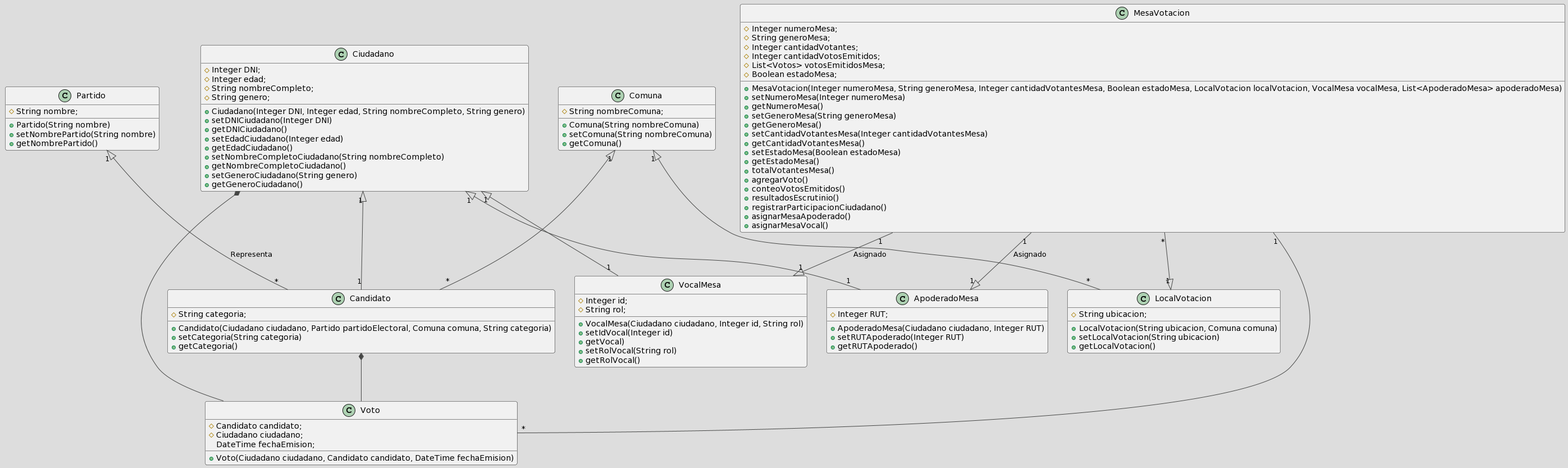
The PlantUML diagram build/classes/co.edu.ude.poo.procesospoliticos.vistas.iconos/DIAGRAMA-CLASE-UML.png in akamilow/ProcesosPoliticos, before a commit. Source of this version:
```plantuml
@startuml
!theme toy

skin rose

class Partido {
  #String nombre;
}

Partido : +Partido(String nombre)
Partido : +setNombrePartido(String nombre)
Partido : +getNombrePartido()

class Candidato {
  #String categoria;
}

Candidato : +Candidato(Ciudadano ciudadano, Partido partidoElectoral, Comuna comuna, String categoria)
Candidato : +setCategoria(String categoria)
Candidato : +getCategoria()


class Ciudadano {
  #Integer DNI;
  #Integer edad;
  #String nombreCompleto;
  #String genero;
}

Ciudadano : +Ciudadano(Integer DNI, Integer edad, String nombreCompleto, String genero)
Ciudadano : +setDNICiudadano(Integer DNI)
Ciudadano : +getDNICiudadano()
Ciudadano : +setEdadCiudadano(Integer edad)
Ciudadano : +getEdadCiudadano()
Ciudadano : +setNombreCompletoCiudadano(String nombreCompleto)
Ciudadano : +getNombreCompletoCiudadano()
Ciudadano : +setGeneroCiudadano(String genero)
Ciudadano : +getGeneroCiudadano()

class MesaVotacion {
  #Integer numeroMesa;
  #String generoMesa;
  #Integer cantidadVotantes;
  #Integer cantidadVotosEmitidos;
  #List<Votos> votosEmitidosMesa;
  #Boolean estadoMesa;
}

MesaVotacion : +MesaVotacion(Integer numeroMesa, String generoMesa, Integer cantidadVotantesMesa, Boolean estadoMesa, LocalVotacion localVotacion, VocalMesa vocalMesa, List<ApoderadoMesa> apoderadoMesa)
MesaVotacion : +setNumeroMesa(Integer numeroMesa)
MesaVotacion : +getNumeroMesa()
MesaVotacion : +setGeneroMesa(String generoMesa)
MesaVotacion : +getGeneroMesa()
MesaVotacion : +setCantidadVotantesMesa(Integer cantidadVotantesMesa)
MesaVotacion : +getCantidadVotantesMesa()
MesaVotacion : +setEstadoMesa(Boolean estadoMesa)
MesaVotacion : +getEstadoMesa()

MesaVotacion : +totalVotantesMesa()
MesaVotacion : +agregarVoto()
MesaVotacion : +conteoVotosEmitidos()
MesaVotacion : +resultadosEscrutinio()
MesaVotacion : +registrarParticipacionCiudadano()
MesaVotacion : +asignarMesaApoderado()
MesaVotacion : +asignarMesaVocal()

class Voto {
  #Candidato candidato;
  #Ciudadano ciudadano;
  DateTime fechaEmision;
}

Voto : +Voto(Ciudadano ciudadano, Candidato candidato, DateTime fechaEmision)

class LocalVotacion {
  #String ubicacion;
}

LocalVotacion : +LocalVotacion(String ubicacion, Comuna comuna)
LocalVotacion : +setLocalVotacion(String ubicacion)
LocalVotacion : +getLocalVotacion()

class Comuna {
  #String nombreComuna;
}

Comuna : +Comuna(String nombreComuna)
Comuna : +setComuna(String nombreComuna)
Comuna : +getComuna()

class ApoderadoMesa {
  #Integer RUT;
}

ApoderadoMesa : +ApoderadoMesa(Ciudadano ciudadano, Integer RUT)
ApoderadoMesa : +setRUTApoderado(Integer RUT)
ApoderadoMesa : +getRUTApoderado()

class VocalMesa {
  #Integer id;
  #String rol;
}

VocalMesa : +VocalMesa(Ciudadano ciudadano, Integer id, String rol)
VocalMesa : +setIdVocal(Integer id)
VocalMesa : +getVocal)
VocalMesa : +setRolVocal(String rol)
VocalMesa : +getRolVocal()


Partido "1" <|-- "*" Candidato : Representa
Comuna "1" <|-- "*" Candidato
Ciudadano "1" <|-- "1" Candidato
Ciudadano "1" <|-- "1" ApoderadoMesa
Ciudadano "1" <|-- "1" VocalMesa

Candidato *-- Voto
Ciudadano *-- Voto
MesaVotacion "1" -- "*" Voto
MesaVotacion "1" --|> "1" ApoderadoMesa : Asignado
MesaVotacion "1" --|> "1" VocalMesa : Asignado
MesaVotacion "*" --|> "1" LocalVotacion
Comuna "1" <|-- "*" LocalVotacion
@enduml
```
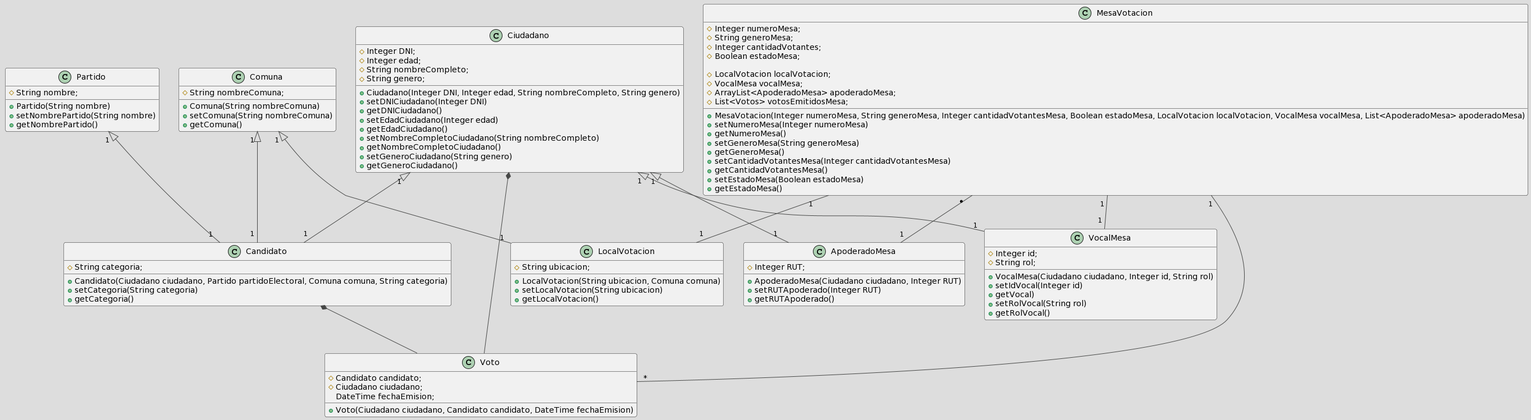
Above is the later version.

Change to the diagram source:
```diff
@@ -41,9 +41,12 @@
   #Integer numeroMesa;
   #String generoMesa;
   #Integer cantidadVotantes;
-  #Integer cantidadVotosEmitidos;
+  #Boolean estadoMesa;
+
+  #LocalVotacion localVotacion;
+  #VocalMesa vocalMesa;
+  #ArrayList<ApoderadoMesa> apoderadoMesa;
   #List<Votos> votosEmitidosMesa;
-  #Boolean estadoMesa;
 }
 
 MesaVotacion : +MesaVotacion(Integer numeroMesa, String generoMesa, Integer cantidadVotantesMesa, Boolean estadoMesa, LocalVotacion localVotacion, VocalMesa vocalMesa, List<ApoderadoMesa> apoderadoMesa)
@@ -55,14 +58,6 @@
 MesaVotacion : +getCantidadVotantesMesa()
 MesaVotacion : +setEstadoMesa(Boolean estadoMesa)
 MesaVotacion : +getEstadoMesa()
-
-MesaVotacion : +totalVotantesMesa()
-MesaVotacion : +agregarVoto()
-MesaVotacion : +conteoVotosEmitidos()
-MesaVotacion : +resultadosEscrutinio()
-MesaVotacion : +registrarParticipacionCiudadano()
-MesaVotacion : +asignarMesaApoderado()
-MesaVotacion : +asignarMesaVocal()
 
 class Voto {
   #Candidato candidato;
@@ -108,17 +103,17 @@
 VocalMesa : +getRolVocal()
 
 
-Partido "1" <|-- "*" Candidato : Representa
-Comuna "1" <|-- "*" Candidato
-Ciudadano "1" <|-- "1" Candidato
-Ciudadano "1" <|-- "1" ApoderadoMesa
-Ciudadano "1" <|-- "1" VocalMesa
+Partido " 1 " <|-- " 1 " Candidato
+Comuna " 1 " <|-- " 1 " Candidato
+Ciudadano " 1 " <|-- " 1 " Candidato
+Ciudadano " 1 " <|-- " 1 " ApoderadoMesa
+Ciudadano " 1 " <|-- " 1 " VocalMesa
 
 Candidato *-- Voto
 Ciudadano *-- Voto
-MesaVotacion "1" -- "*" Voto
-MesaVotacion "1" --|> "1" ApoderadoMesa : Asignado
-MesaVotacion "1" --|> "1" VocalMesa : Asignado
-MesaVotacion "*" --|> "1" LocalVotacion
-Comuna "1" <|-- "*" LocalVotacion
+MesaVotacion " 1 " -- " * " Voto
+MesaVotacion "*  " -- " 1 " ApoderadoMesa
+MesaVotacion " 1 " -- " 1 " VocalMesa
+MesaVotacion " 1 " -- " 1 " LocalVotacion
+Comuna " 1 " <|-- " 1 " LocalVotacion
 @enduml
```
